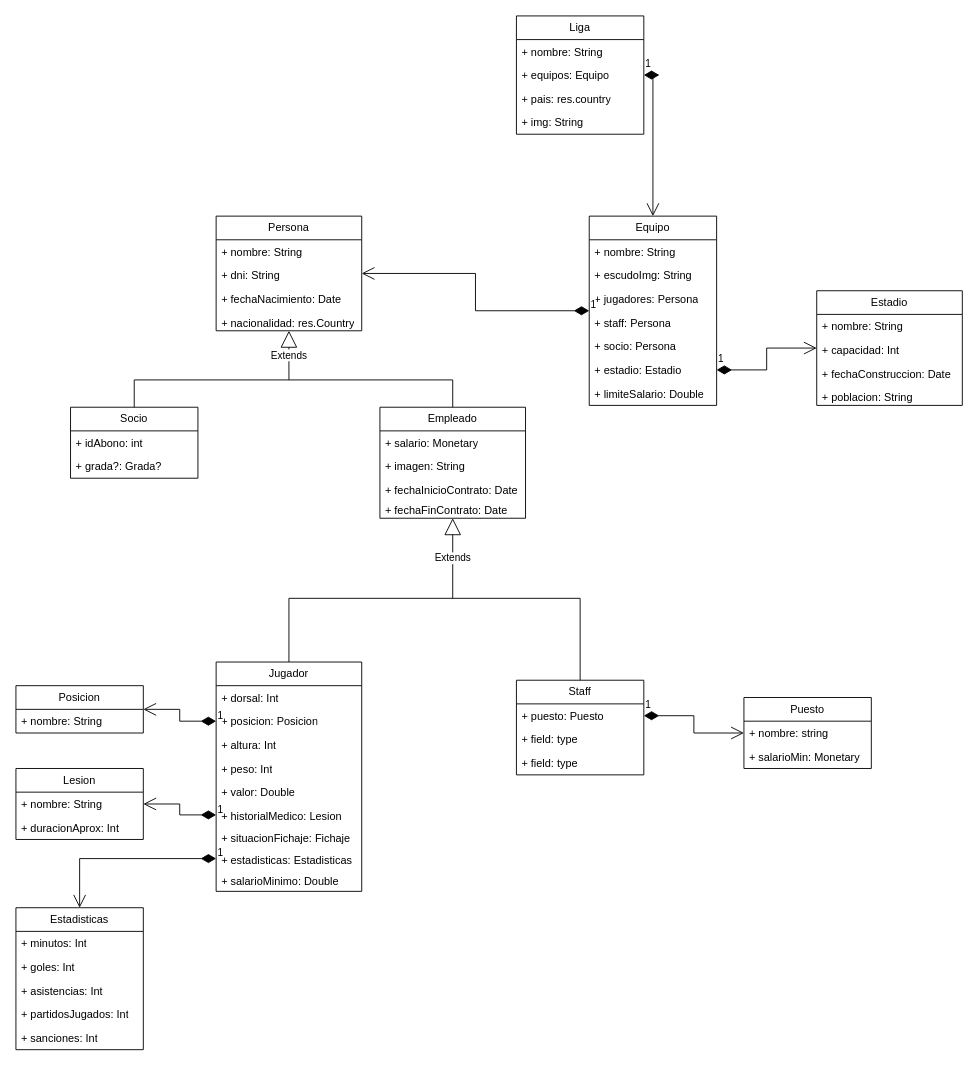
Arrcturus/laliga-odoo keeps this draw.io diagram as UML-League.drawio. Above is the earlier version. Source tidied: cells renumbered, new cells numbered last; positions are measured from the earlier drawing's top-left corner, leaving out a move shared by most shapes. Both pictures are drawn from the tidied source at 91%, with x=0, y=0 at pixel (15, 15).
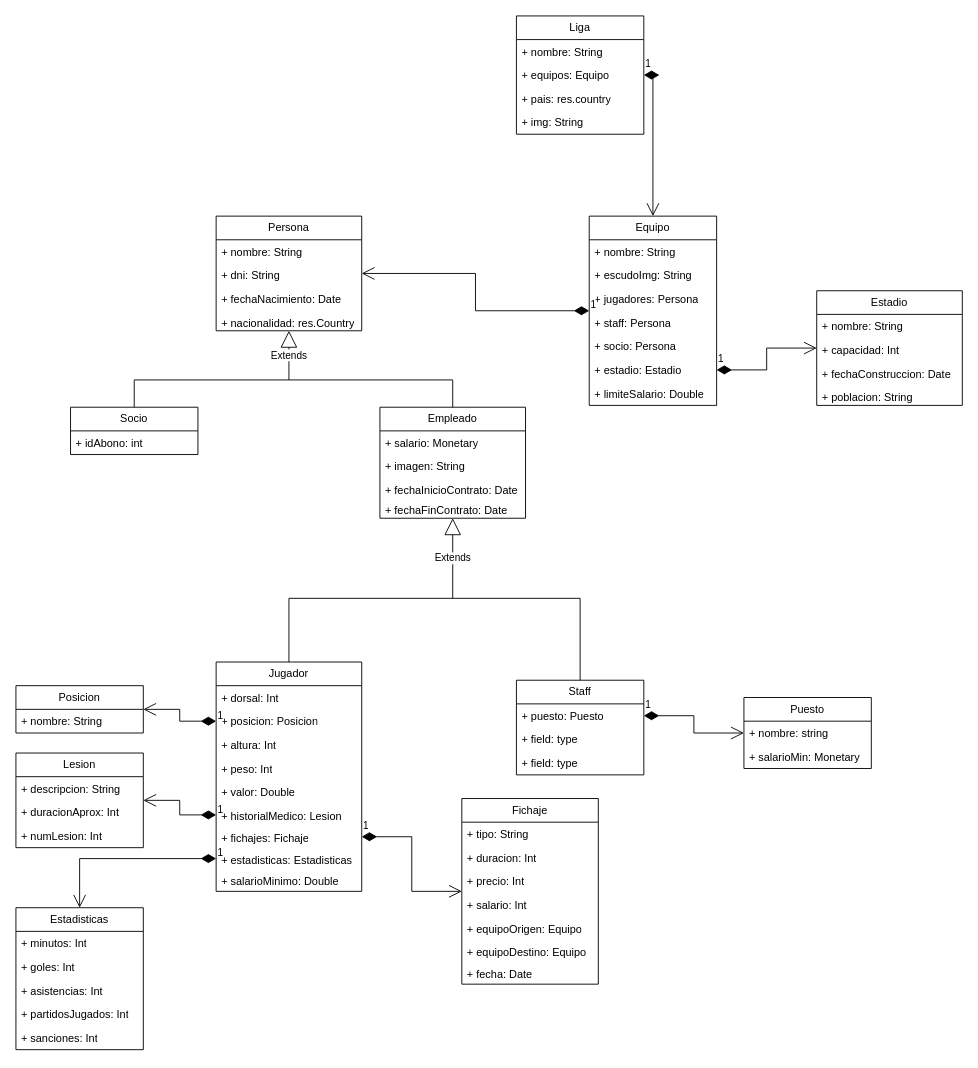
After the change.

Commit message:
UML-League v0.3

Unchanged cells that the change refers to:
```xml
<mxCell id="23" value="Jugador" style="swimlane;fontStyle=0;horizontal=1;startSize=26;fillColor=none;whiteSpace=wrap;html=1;" parent="1" vertex="1">
  <mxGeometry x="220" y="710" width="160" height="252" as="geometry" />
</mxCell>
```

Diff of the diagram source:
```diff
@@
     <mxCell id="13" value="Socio" style="swimlane;fontStyle=0;horizontal=1;startSize=26;fillColor=none;whiteSpace=wrap;html=1;" parent="1" vertex="1">
-      <mxGeometry x="60" y="430" width="140" height="78" as="geometry" />
+      <mxGeometry x="60" y="430" width="140" height="52" as="geometry" />
     </mxCell>
@@
-    <mxCell id="15" value="+ grada?: Grada?" style="text;strokeColor=none;fillColor=none;align=left;verticalAlign=top;spacingLeft=4;spacingRight=4;overflow=hidden;whiteSpace=wrap;html=1;" parent="13" vertex="1">
-      <mxGeometry y="52" width="140" height="26" as="geometry" />
-    </mxCell>
@@
-    <mxCell id="30" value="+ situacionFichaje: Fichaje" style="text;strokeColor=none;fillColor=none;align=left;verticalAlign=top;spacingLeft=4;spacingRight=4;overflow=hidden;points=[[0,0.5],[1,0.5]];portConstraint=eastwest;whiteSpace=wrap;html=1;" parent="23" vertex="1">
+    <mxCell id="30" value="+ fichajes: Fichaje" style="text;strokeColor=none;fillColor=none;align=left;verticalAlign=top;spacingLeft=4;spacingRight=4;overflow=hidden;points=[[0,0.5],[1,0.5]];portConstraint=eastwest;whiteSpace=wrap;html=1;" parent="23" vertex="1">
       <mxGeometry y="180" width="160" height="24" as="geometry" />
     </mxCell>
@@
     <mxCell id="43" value="Lesion" style="swimlane;fontStyle=0;horizontal=1;startSize=26;fillColor=none;whiteSpace=wrap;html=1;" parent="1" vertex="1">
-      <mxGeometry y="827" width="140" height="78" as="geometry" />
+      <mxGeometry y="810" width="140" height="104" as="geometry" />
     </mxCell>
-    <mxCell id="44" value="+ nombre: String" style="text;strokeColor=none;fillColor=none;align=left;verticalAlign=top;spacingLeft=4;spacingRight=4;overflow=hidden;whiteSpace=wrap;html=1;" parent="43" vertex="1">
+    <mxCell id="44" value="+ descripcion: String" style="text;strokeColor=none;fillColor=none;align=left;verticalAlign=top;spacingLeft=4;spacingRight=4;overflow=hidden;whiteSpace=wrap;html=1;" parent="43" vertex="1">
       <mxGeometry y="26" width="140" height="26" as="geometry" />
     </mxCell>
@@
+    <mxCell id="76" value="+ numLesion: Int" style="text;strokeColor=none;fillColor=none;align=left;verticalAlign=top;spacingLeft=4;spacingRight=4;overflow=hidden;whiteSpace=wrap;html=1;" parent="43" vertex="1">
+      <mxGeometry y="78" width="140" height="26" as="geometry" />
+    </mxCell>
@@
+    <mxCell id="77" value="Fichaje" style="swimlane;fontStyle=0;horizontal=1;startSize=26;fillColor=none;whiteSpace=wrap;html=1;" parent="1" vertex="1">
+      <mxGeometry x="490" y="860" width="150" height="204" as="geometry" />
+    </mxCell>
+    <mxCell id="78" value="+ tipo: String" style="text;strokeColor=none;fillColor=none;align=left;verticalAlign=top;spacingLeft=4;spacingRight=4;overflow=hidden;whiteSpace=wrap;html=1;" parent="77" vertex="1">
+      <mxGeometry y="26" width="150" height="26" as="geometry" />
+    </mxCell>
+    <mxCell id="79" value="+ duracion: Int" style="text;strokeColor=none;fillColor=none;align=left;verticalAlign=top;spacingLeft=4;spacingRight=4;overflow=hidden;whiteSpace=wrap;html=1;" parent="77" vertex="1">
+      <mxGeometry y="52" width="150" height="26" as="geometry" />
+    </mxCell>
+    <mxCell id="80" value="+ precio: Int" style="text;strokeColor=none;fillColor=none;align=left;verticalAlign=top;spacingLeft=4;spacingRight=4;overflow=hidden;whiteSpace=wrap;html=1;" parent="77" vertex="1">
+      <mxGeometry y="78" width="150" height="26" as="geometry" />
+    </mxCell>
+    <mxCell id="81" value="+ salario: Int" style="text;strokeColor=none;fillColor=none;align=left;verticalAlign=top;spacingLeft=4;spacingRight=4;overflow=hidden;whiteSpace=wrap;html=1;" parent="77" vertex="1">
+      <mxGeometry y="104" width="150" height="26" as="geometry" />
+    </mxCell>
+    <mxCell id="82" value="+ equipoOrigen: Equipo" style="text;strokeColor=none;fillColor=none;align=left;verticalAlign=top;spacingLeft=4;spacingRight=4;overflow=hidden;whiteSpace=wrap;html=1;" parent="77" vertex="1">
+      <mxGeometry y="130" width="150" height="26" as="geometry" />
+    </mxCell>
+    <mxCell id="83" value="+ equipoDestino: Equipo" style="text;strokeColor=none;fillColor=none;align=left;verticalAlign=top;spacingLeft=4;spacingRight=4;overflow=hidden;whiteSpace=wrap;html=1;" parent="77" vertex="1">
+      <mxGeometry y="156" width="150" height="24" as="geometry" />
+    </mxCell>
+    <mxCell id="84" value="+ fecha: Date" style="text;strokeColor=none;fillColor=none;align=left;verticalAlign=top;spacingLeft=4;spacingRight=4;overflow=hidden;whiteSpace=wrap;html=1;" parent="77" vertex="1">
+      <mxGeometry y="180" width="150" height="24" as="geometry" />
+    </mxCell>
+    <mxCell id="85" value="1" style="endArrow=open;html=1;endSize=12;startArrow=diamondThin;startSize=14;startFill=1;edgeStyle=orthogonalEdgeStyle;align=left;verticalAlign=bottom;rounded=0;" parent="1" edge="1" source="30" target="77">
+      <mxGeometry x="-1" y="3" relative="1" as="geometry" />
+    </mxCell>
```
